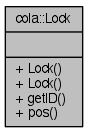
Earlier version of the Graphviz export documentation/classcola_1_1Lock__coll__graph.png (mjwybrow/adaptagrams). Its source is kept beside it as documentation/classcola_1_1Lock__coll__graph.dot. Source of this version:
```dot
digraph "cola::Lock"
{
  edge [fontname="Helvetica",fontsize="10",labelfontname="Helvetica",labelfontsize="10"];
  node [fontname="Helvetica",fontsize="10",shape=record];
  Node1 [label="{cola::Lock\n||+ Lock()\l+ Lock()\l+ getID()\l+ pos()\l}",height=0.2,width=0.4,color="black", fillcolor="grey75", style="filled" fontcolor="black"];
}
```
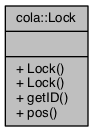
After the change.

Change to the diagram source:
```diff
@@ -2,5 +2,5 @@
 {
   edge [fontname="Helvetica",fontsize="10",labelfontname="Helvetica",labelfontsize="10"];
   node [fontname="Helvetica",fontsize="10",shape=record];
-  Node1 [label="{cola::Lock\n||+ Lock()\l+ Lock()\l+ getID()\l+ pos()\l}",height=0.2,width=0.4,color="black", fillcolor="grey75", style="filled" fontcolor="black"];
+  Node1 [label="{cola::Lock\n||+ Lock()\l+ Lock()\l+ getID()\l+ pos()\l}",height=0.2,width=0.4,color="black", fillcolor="grey75", style="filled", fontcolor="black"];
 }
```
